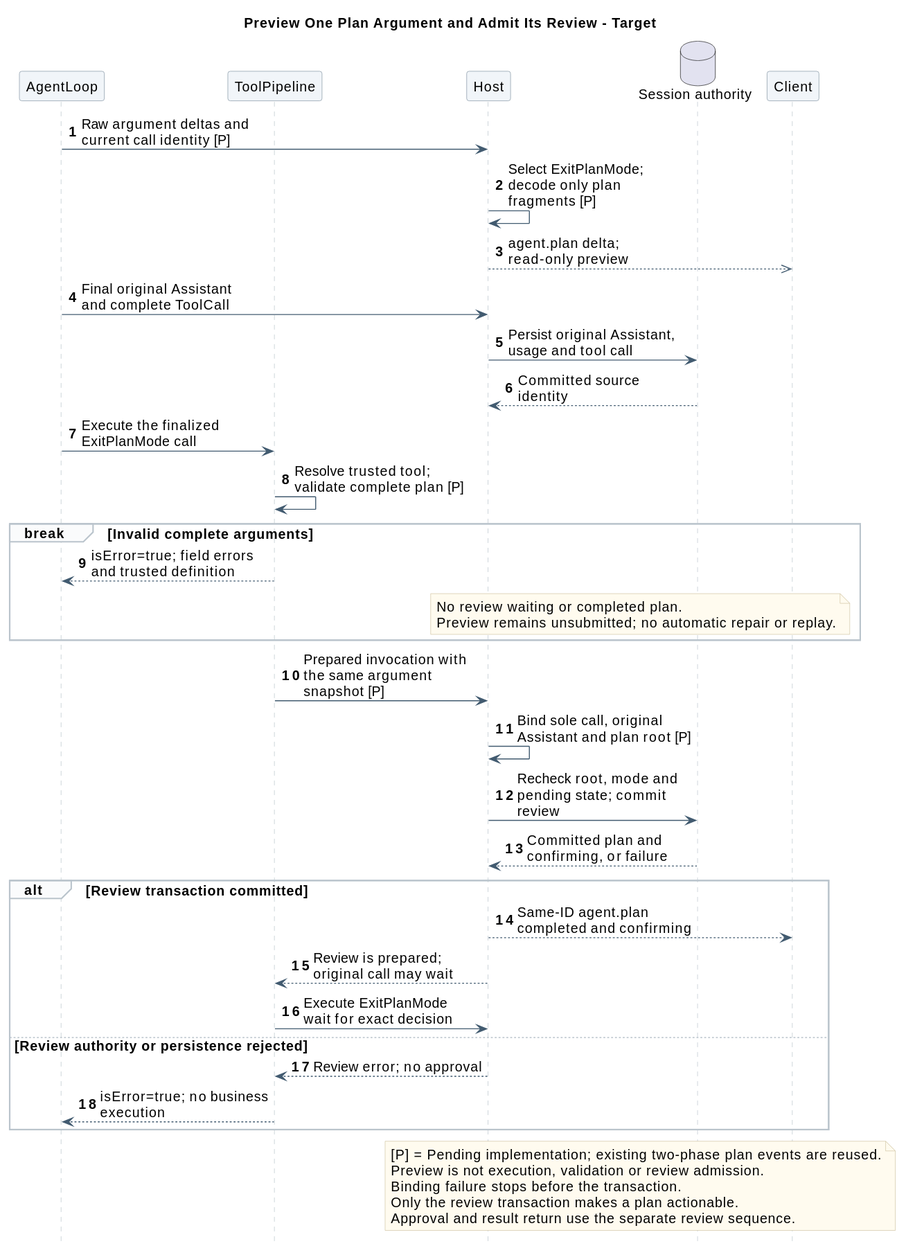
The PlantUML diagram 01-总体架构/06-CampusClaw计划模式/plan_streaming_sequence.svg in ssm0808/pi-mono-java-design, before a commit.
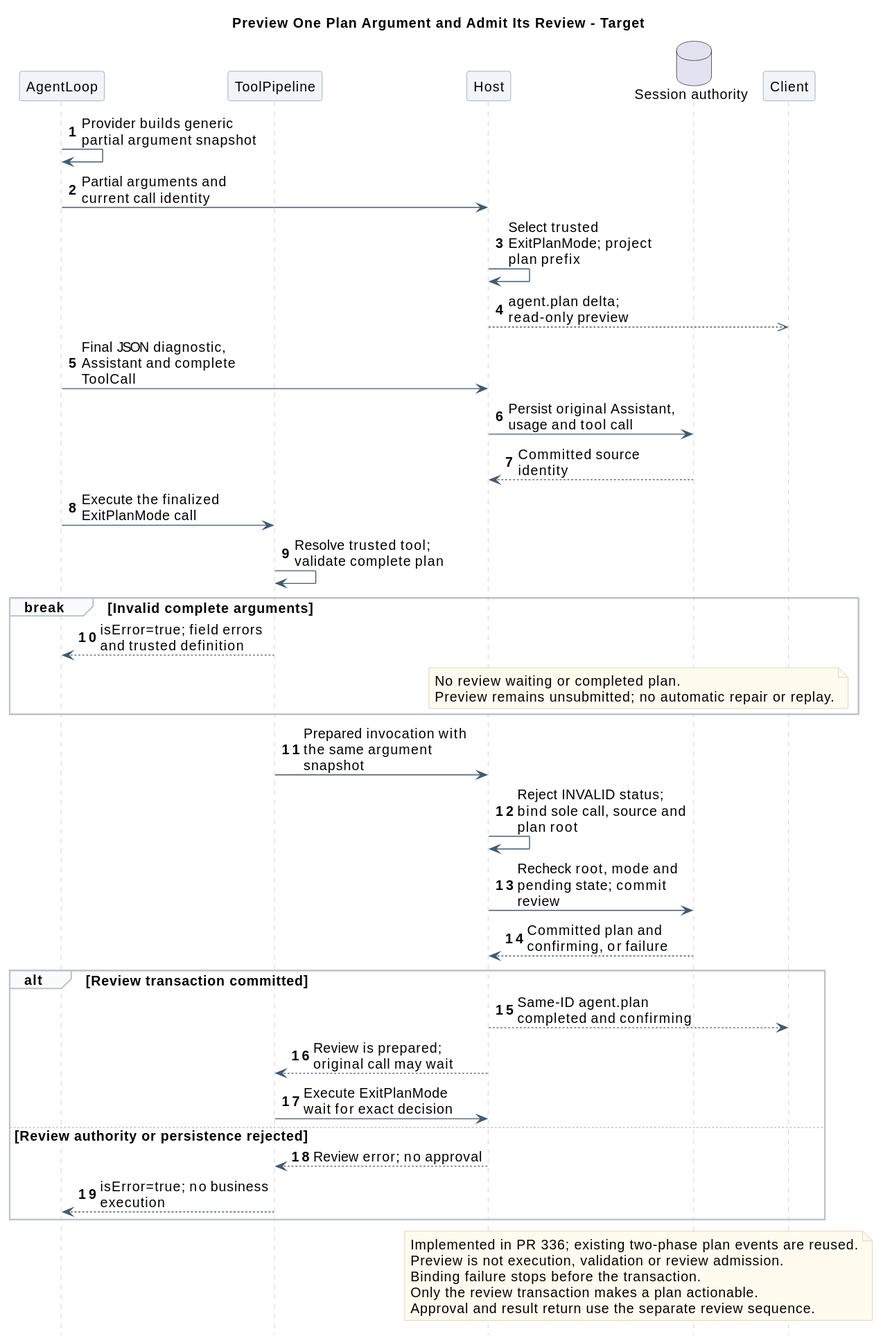
The same diagram one commit later.

Change to the diagram source:
```diff
@@ -22,14 +22,15 @@
 participant Host
 database "Session authority" as Session
 participant Client
-Loop -> Host : Raw argument deltas and current call identity [P]
-Host -> Host : Select ExitPlanMode; decode only plan fragments [P]
+Loop -> Loop : Provider builds generic partial argument snapshot
+Loop -> Host : Partial arguments and current call identity
+Host -> Host : Select trusted ExitPlanMode; project plan prefix
 Host -->> Client : agent.plan delta; read-only preview
-Loop -> Host : Final original Assistant and complete ToolCall
+Loop -> Host : Final JSON diagnostic, Assistant and complete ToolCall
 Host -> Session : Persist original Assistant, usage and tool call
 Session --> Host : Committed source identity
 Loop -> Pipeline : Execute the finalized ExitPlanMode call
-Pipeline -> Pipeline : Resolve trusted tool; validate complete plan [P]
+Pipeline -> Pipeline : Resolve trusted tool; validate complete plan
 break Invalid complete arguments
   Pipeline --> Loop : isError=true; field errors and trusted definition
   note over Host,Client
@@ -37,8 +38,8 @@
     Preview remains unsubmitted; no automatic repair or replay.
   end note
 end
-Pipeline -> Host : Prepared invocation with the same argument snapshot [P]
-  Host -> Host : Bind sole call, original Assistant and plan root [P]
+Pipeline -> Host : Prepared invocation with the same argument snapshot
+  Host -> Host : Reject INVALID status; bind sole call, source and plan root
   Host -> Session : Recheck root, mode and pending state; commit review
   Session --> Host : Committed plan and confirming, or failure
   alt Review transaction committed
@@ -50,7 +51,7 @@
     Pipeline --> Loop : isError=true; no business execution
   end
 note over Host,Client
-  [P] = Pending implementation; existing two-phase plan events are reused.
+  Implemented in PR 336; existing two-phase plan events are reused.
   Preview is not execution, validation or review admission.
   Binding failure stops before the transaction.
   Only the review transaction makes a plan actionable.
```
